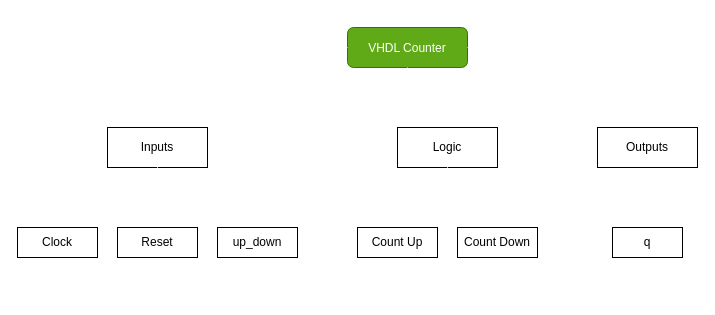
The draw.io diagram 1/BreakDown.drawio in gordonpow/lab_hardware_test, before the edit. Source tidied: cells renumbered, new cells numbered last; positions are measured from the earlier drawing's top-left corner, leaving out a move shared by most shapes. Both pictures are drawn from the tidied source at 100%, with x=0, y=0 at pixel (17, 27).
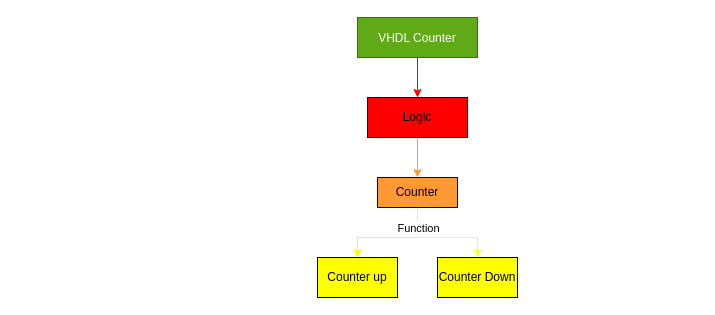
The same diagram, later.

The edit, as a diff of the source:
```diff
@@
-    <mxCell id="2" value="VHDL Counter" style="rounded=1;fillColor=#60a917;strokeColor=#2D7600;fontColor=#ffffff;" parent="1" vertex="1">
-      <mxGeometry x="330" width="120" height="40" as="geometry" />
+    <mxCell id="2" value="VHDL Counter" style="rounded=0;fillColor=#60a917;strokeColor=#2D7600;fontColor=#ffffff;" parent="1" vertex="1">
+      <mxGeometry x="340" y="-10" width="120" height="40" as="geometry" />
     </mxCell>
-    <mxCell id="3" value="Inputs" style="rounded=0;whiteSpace=wrap;html=1;" parent="1" vertex="1">
-      <mxGeometry x="90" y="100" width="100" height="40" as="geometry" />
-    </mxCell>
-    <mxCell id="4" value="Logic" style="rounded=0;whiteSpace=wrap;html=1;" parent="1" vertex="1">
-      <mxGeometry x="380" y="100" width="100" height="40" as="geometry" />
+    <mxCell id="4" value="&lt;font color=&quot;#000000&quot;&gt;Logic&lt;/font&gt;" style="rounded=0;whiteSpace=wrap;html=1;fillColor=#FF0000;" parent="1" vertex="1">
+      <mxGeometry x="350" y="70" width="100" height="40" as="geometry" />
     </mxCell>
-    <mxCell id="5" style="edgeStyle=none;html=1;exitX=0.5;exitY=1;exitDx=0;exitDy=0;entryX=0.5;entryY=0;entryDx=0;entryDy=0;strokeColor=#FFFFFF;" parent="1" edge="1" source="6" target="21">
-      <mxGeometry relative="1" as="geometry" />
-    </mxCell>
-    <mxCell id="6" value="Outputs" style="rounded=0;whiteSpace=wrap;html=1;" parent="1" vertex="1">
-      <mxGeometry x="580" y="100" width="100" height="40" as="geometry" />
-    </mxCell>
-    <mxCell id="7" style="edgeStyle=orthogonalEdgeStyle;rounded=0;jettySize=auto;html=1;fillColor=#f5f5f5;strokeColor=#FFFFFF;" parent="1" edge="1" source="2" target="3">
-      <mxGeometry relative="1" as="geometry" />
-    </mxCell>
-    <mxCell id="8" style="edgeStyle=orthogonalEdgeStyle;rounded=0;jettySize=auto;html=1;strokeColor=#FFFFFF;" parent="1" edge="1" source="2" target="4">
+    <mxCell id="8" style="edgeStyle=orthogonalEdgeStyle;rounded=0;jettySize=auto;html=1;strokeColor=#FF0000;fillColor=#a20025;" parent="1" edge="1" source="2" target="4">
       <mxGeometry relative="1" as="geometry" />
     </mxCell>
-    <mxCell id="9" style="edgeStyle=orthogonalEdgeStyle;rounded=0;jettySize=auto;html=1;strokeColor=#FFFFFF;" parent="1" edge="1" source="2" target="6">
-      <mxGeometry relative="1" as="geometry" />
-    </mxCell>
-    <mxCell id="10" value="Clock" style="rounded=0;whiteSpace=wrap;html=1;" parent="1" vertex="1">
-      <mxGeometry y="200" width="80" height="30" as="geometry" />
-    </mxCell>
-    <mxCell id="11" value="Reset" style="rounded=0;whiteSpace=wrap;html=1;" parent="1" vertex="1">
-      <mxGeometry x="100" y="200" width="80" height="30" as="geometry" />
-    </mxCell>
-    <mxCell id="12" style="edgeStyle=orthogonalEdgeStyle;rounded=0;jettySize=auto;html=1;strokeColor=#FFFFFF;" parent="1" edge="1" source="3" target="10">
-      <mxGeometry relative="1" as="geometry">
-        <Array as="points">
-          <mxPoint x="140" y="170" />
-          <mxPoint x="40" y="170" />
-        </Array>
-      </mxGeometry>
-    </mxCell>
-    <mxCell id="13" style="edgeStyle=orthogonalEdgeStyle;rounded=0;jettySize=auto;html=1;strokeColor=#FFFFFF;" parent="1" edge="1" source="3" target="11">
-      <mxGeometry relative="1" as="geometry">
-        <Array as="points">
-          <mxPoint x="140" y="160" />
-          <mxPoint x="140" y="160" />
-        </Array>
-      </mxGeometry>
-    </mxCell>
-    <mxCell id="14" value="Count Up" style="rounded=0;whiteSpace=wrap;html=1;" parent="1" vertex="1">
-      <mxGeometry x="340" y="200" width="80" height="30" as="geometry" />
-    </mxCell>
+    <mxCell id="22" style="html=1;exitX=0.5;exitY=1;exitDx=0;exitDy=0;entryX=0.5;entryY=0;entryDx=0;entryDy=0;rounded=0;strokeColor=#FFFF00;" parent="1" edge="1" source="15" target="25">
+      <mxGeometry relative="1" as="geometry">
+        <Array as="points">
+          <mxPoint x="400" y="210" />
+          <mxPoint x="340" y="210" />
+        </Array>
+      </mxGeometry>
+    </mxCell>
+    <mxCell id="23" style="edgeStyle=none;html=1;exitX=0.5;exitY=1;exitDx=0;exitDy=0;entryX=0.5;entryY=0;entryDx=0;entryDy=0;rounded=0;strokeColor=#FFFF33;" parent="1" edge="1">
+      <mxGeometry relative="1" as="geometry">
+        <mxPoint x="400" y="180" as="sourcePoint" />
+        <mxPoint x="460" y="230" as="targetPoint" />
+        <Array as="points">
+          <mxPoint x="400" y="210" />
+          <mxPoint x="460" y="210" />
+        </Array>
+      </mxGeometry>
+    </mxCell>
+    <mxCell id="24" value="&lt;font style=&quot;background-color: rgb(255, 255, 255);&quot; color=&quot;#000000&quot;&gt;Function&lt;/font&gt;" style="edgeLabel;html=1;align=center;verticalAlign=middle;rounded=0;" parent="23" vertex="1">
+      <mxGeometry x="-0.54" y="-1" relative="1" as="geometry">
+        <mxPoint x="1" y="-5" as="offset" />
+      </mxGeometry>
+    </mxCell>
-    <mxCell id="15" value="Count Down" style="rounded=0;whiteSpace=wrap;html=1;" parent="1" vertex="1">
-      <mxGeometry x="440" y="200" width="80" height="30" as="geometry" />
+    <mxCell id="15" value="&lt;font color=&quot;#000000&quot;&gt;Counter&lt;/font&gt;" style="rounded=0;whiteSpace=wrap;html=1;fillColor=#FF9933;" parent="1" vertex="1">
+      <mxGeometry x="360" y="150" width="80" height="30" as="geometry" />
     </mxCell>
-    <mxCell id="16" style="edgeStyle=orthogonalEdgeStyle;rounded=0;jettySize=auto;html=1;strokeColor=#FFFFFF;" parent="1" edge="1" source="4" target="14">
-      <mxGeometry relative="1" as="geometry" />
-    </mxCell>
-    <mxCell id="17" style="edgeStyle=orthogonalEdgeStyle;rounded=0;jettySize=auto;html=1;strokeColor=#FFFFFF;" parent="1" edge="1" source="4" target="15">
+    <mxCell id="17" style="edgeStyle=orthogonalEdgeStyle;rounded=0;jettySize=auto;html=1;strokeColor=#FF9933;" parent="1" edge="1" source="4" target="15">
       <mxGeometry relative="1" as="geometry" />
     </mxCell>
-    <mxCell id="18" value="up_down" style="rounded=0;whiteSpace=wrap;html=1;" parent="1" vertex="1">
-      <mxGeometry x="200" y="200" width="80" height="30" as="geometry" />
-    </mxCell>
-    <mxCell id="19" style="endArrow=none;html=1;strokeColor=#FFFFFF;" parent="1" edge="1">
-      <mxGeometry relative="1" as="geometry">
-        <mxPoint x="140" y="170" as="sourcePoint" />
-        <mxPoint x="240" y="170" as="targetPoint" />
-      </mxGeometry>
-    </mxCell>
-    <mxCell id="20" style="endArrow=classic;html=1;entryX=0.5;entryY=0;entryDx=0;entryDy=0;strokeColor=#FFFFFF;" parent="1" edge="1" target="18">
-      <mxGeometry relative="1" as="geometry">
-        <mxPoint x="240" y="170" as="sourcePoint" />
-      </mxGeometry>
-    </mxCell>
-    <mxCell id="21" value="q" style="rounded=0;whiteSpace=wrap;html=1;" parent="1" vertex="1">
-      <mxGeometry x="595" y="200" width="70" height="30" as="geometry" />
-    </mxCell>
+    <mxCell id="25" value="&lt;font color=&quot;#000000&quot;&gt;Counter up&lt;/font&gt;" style="rounded=0;whiteSpace=wrap;html=1;fillColor=#FFFF00;" parent="1" vertex="1">
+      <mxGeometry x="300" y="230" width="80" height="40" as="geometry" />
+    </mxCell>
+    <mxCell id="26" value="&lt;font color=&quot;#000000&quot;&gt;Counter Down&lt;/font&gt;" style="rounded=0;whiteSpace=wrap;html=1;fillColor=#FFFF00;" parent="1" vertex="1">
+      <mxGeometry x="420" y="230" width="80" height="40" as="geometry" />
+    </mxCell>
```
